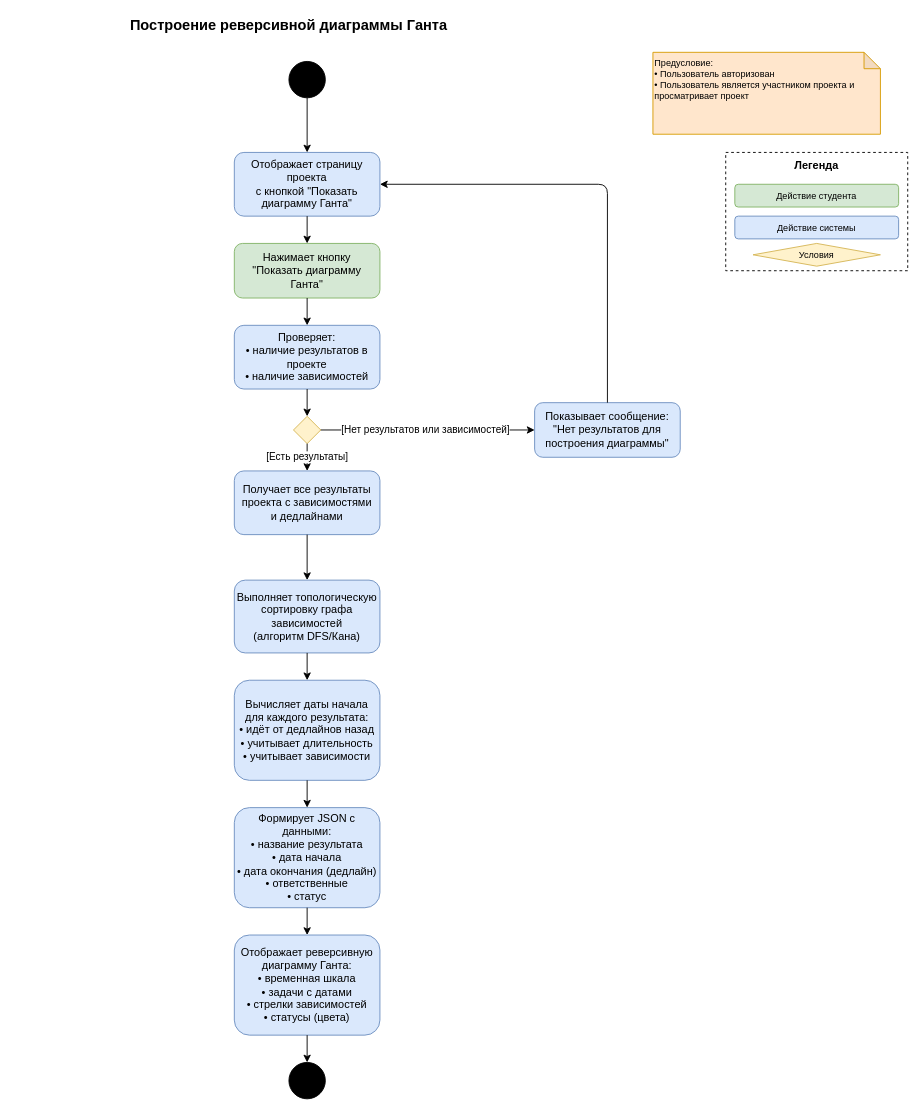
Earlier version of the draw.io diagram page "Построение диаграммы Ганта" (5 of 5) of diagrams/activity-scenarios.drawio (Educational-Projects-Se2my00of5/osnovyprymoyrazrabotki). Source tidied: cells renumbered, new cells numbered last; positions are measured from the earlier drawing's top-left corner, leaving out a move shared by most shapes. Both pictures are drawn from the tidied source at 91%, with x=0, y=0 at pixel (15, 15).
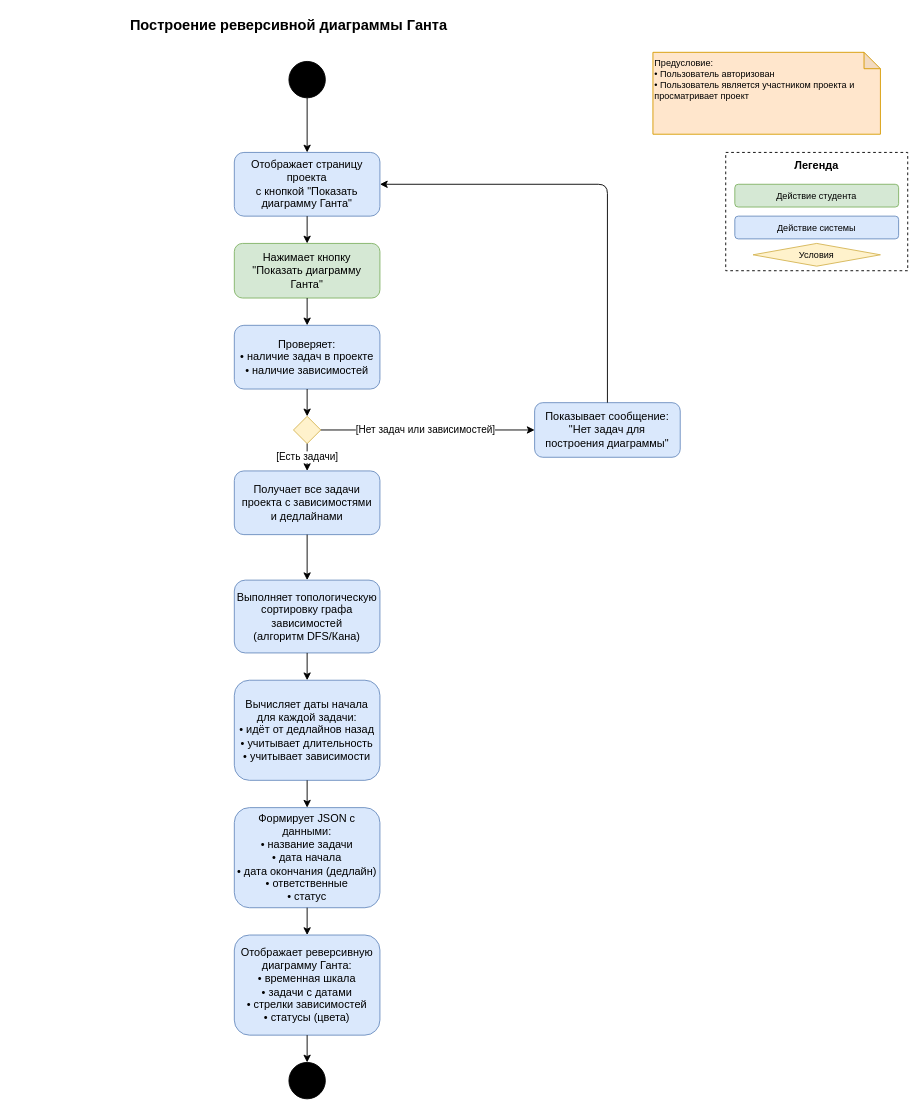
Above is the later version.

Unchanged cells that the change refers to:
```xml
<mxCell id="17" style="rhombus;fillColor=#fff2cc;strokeColor=#d6b656;" parent="1" vertex="1">
  <mxGeometry x="305" y="440" width="30" height="30" as="geometry" />
</mxCell>
```

What changed in the source:
```diff
@@
-    <mxCell id="15" value="Проверяет:&#10;• наличие результатов в проекте&#10;• наличие зависимостей" style="rounded=1;whiteSpace=wrap;html=1;fillColor=#dae8fc;strokeColor=#6c8ebf;" parent="1" vertex="1">
+    <mxCell id="15" value="Проверяет:&#10;• наличие задач в проекте&#10;• наличие зависимостей" style="rounded=1;whiteSpace=wrap;html=1;fillColor=#dae8fc;strokeColor=#6c8ebf;" parent="1" vertex="1">
       <mxGeometry x="240" y="340" width="160" height="70" as="geometry" />
     </mxCell>
@@
-    <mxCell id="19" value="Показывает сообщение:&#10;&quot;Нет результатов для&#10;построения диаграммы&quot;" style="rounded=1;whiteSpace=wrap;html=1;fillColor=#dae8fc;strokeColor=#6c8ebf;" parent="1" vertex="1">
+    <mxCell id="19" value="Показывает сообщение:&#10;&quot;Нет задач для&#10;построения диаграммы&quot;" style="rounded=1;whiteSpace=wrap;html=1;fillColor=#dae8fc;strokeColor=#6c8ebf;" parent="1" vertex="1">
       <mxGeometry x="570" y="425" width="160" height="60" as="geometry" />
     </mxCell>
-    <mxCell id="20" value="[Нет результатов или зависимостей]" style="endArrow=classic;html=1;" parent="1" edge="1" source="17" target="19">
+    <mxCell id="20" value="[Нет задач или зависимостей]" style="endArrow=classic;html=1;" parent="1" edge="1" source="17" target="19">
       <mxGeometry x="-0.02" relative="1" as="geometry" />
     </mxCell>
@@
-    <mxCell id="22" value="Получает все результаты&#10;проекта с зависимостями&#10;и дедлайнами" style="rounded=1;whiteSpace=wrap;html=1;fillColor=#dae8fc;strokeColor=#6c8ebf;" parent="1" vertex="1">
+    <mxCell id="22" value="Получает все задачи&#10;проекта с зависимостями&#10;и дедлайнами" style="rounded=1;whiteSpace=wrap;html=1;fillColor=#dae8fc;strokeColor=#6c8ebf;" parent="1" vertex="1">
       <mxGeometry x="240" y="500" width="160" height="70" as="geometry" />
     </mxCell>
-    <mxCell id="23" value="[Есть результаты]" style="endArrow=classic;html=1;" parent="1" edge="1" source="17" target="22">
+    <mxCell id="23" value="[Есть задачи]" style="endArrow=classic;html=1;" parent="1" edge="1" source="17" target="22">
       <mxGeometry relative="1" as="geometry" />
     </mxCell>
@@
-    <mxCell id="26" value="Вычисляет даты начала&#10;для каждого результата:&#10;• идёт от дедлайнов назад&#10;• учитывает длительность&#10;• учитывает зависимости" style="rounded=1;whiteSpace=wrap;html=1;fillColor=#dae8fc;strokeColor=#6c8ebf;" parent="1" vertex="1">
+    <mxCell id="26" value="Вычисляет даты начала&#10;для каждой задачи:&#10;• идёт от дедлайнов назад&#10;• учитывает длительность&#10;• учитывает зависимости" style="rounded=1;whiteSpace=wrap;html=1;fillColor=#dae8fc;strokeColor=#6c8ebf;" parent="1" vertex="1">
       <mxGeometry x="240" y="730" width="160" height="110" as="geometry" />
     </mxCell>
@@
-    <mxCell id="28" value="Формирует JSON с данными:&#10;• название результата&#10;• дата начала&#10;• дата окончания (дедлайн)&#10;• ответственные&#10;• статус" style="rounded=1;whiteSpace=wrap;html=1;fillColor=#dae8fc;strokeColor=#6c8ebf;" parent="1" vertex="1">
+    <mxCell id="28" value="Формирует JSON с данными:&#10;• название задачи&#10;• дата начала&#10;• дата окончания (дедлайн)&#10;• ответственные&#10;• статус" style="rounded=1;whiteSpace=wrap;html=1;fillColor=#dae8fc;strokeColor=#6c8ebf;" parent="1" vertex="1">
       <mxGeometry x="240" y="870" width="160" height="110" as="geometry" />
     </mxCell>
```
